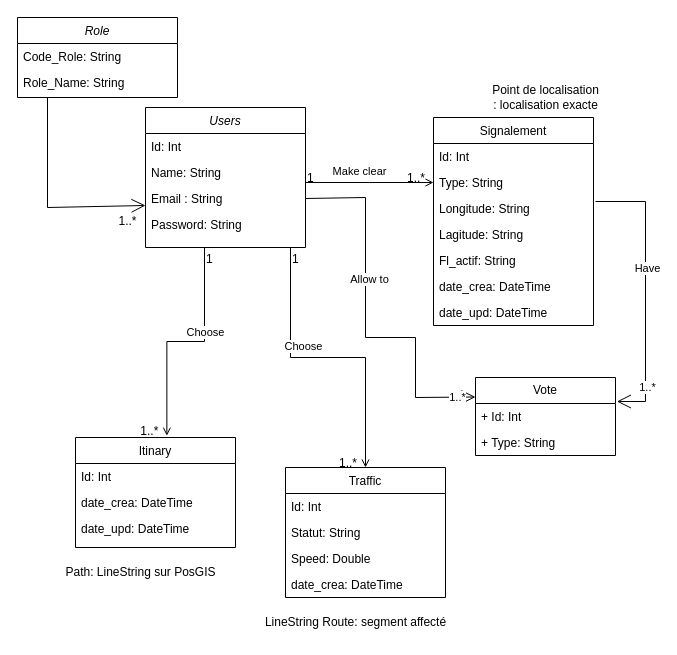
The draw.io diagram documentation/file-diagramme-uml/Diagramme sans nom.drawio in hamza-bely/4proj, before the edit. Source tidied: cells renumbered, new cells numbered last; positions are measured from the earlier drawing's top-left corner, leaving out a move shared by most shapes. Both pictures are drawn from the tidied source at 100%, with x=0, y=0 at pixel (17, 17).
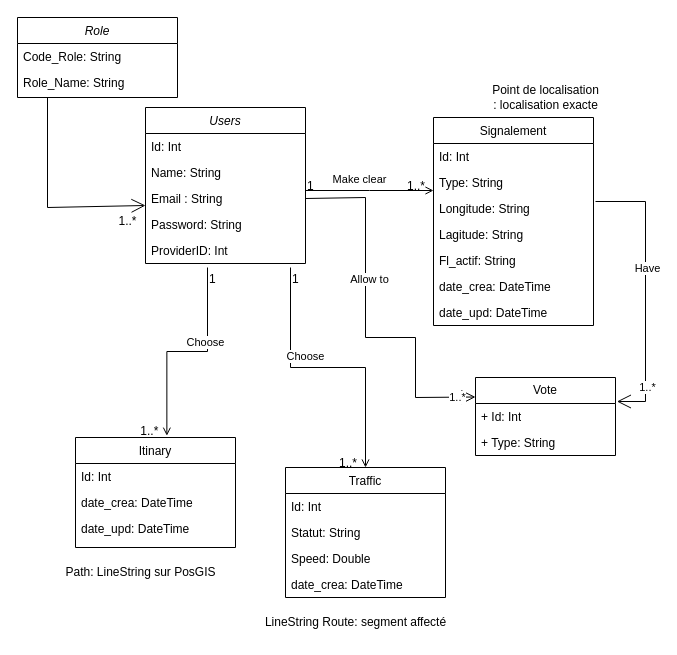
Above is the later version.

Commit message:
Ajout du providerID dans l'authentification

The change refers to these unchanged cells:
```xml
<mxCell id="7" value="Itinary" style="swimlane;fontStyle=0;align=center;verticalAlign=top;horizontal=1;startSize=26;rounded=0;shadow=0;strokeWidth=1;" parent="1" vertex="1">
  <mxGeometry x="58" y="420" width="160" height="110" as="geometry" />
</mxCell>
<mxCell id="11" value="Traffic" style="swimlane;fontStyle=0;align=center;verticalAlign=top;horizontal=1;startSize=26;rounded=0;shadow=0;strokeWidth=1;" parent="1" vertex="1">
  <mxGeometry x="268" y="450" width="160" height="130" as="geometry" />
</mxCell>
```

Change to the diagram source:
```diff
@@
     <mxCell id="2" value="Users" style="swimlane;fontStyle=2;align=center;verticalAlign=top;horizontal=1;startSize=26;rounded=0;shadow=0;strokeWidth=1;" parent="1" vertex="1">
-      <mxGeometry x="128" y="90" width="160" height="140" as="geometry" />
+      <mxGeometry x="128" y="90" width="160" height="156" as="geometry" />
     </mxCell>
@@
+    <mxCell id="53" value="ProviderID: Int" style="text;align=left;verticalAlign=top;spacingLeft=4;spacingRight=4;overflow=hidden;rounded=0;shadow=0;html=0;" parent="2" vertex="1">
+      <mxGeometry y="130" width="160" height="26" as="geometry" />
+    </mxCell>
@@
     <mxCell id="28" style="endArrow=open;shadow=0;strokeWidth=1;rounded=0;curved=0;endFill=1;edgeStyle=elbowEdgeStyle;elbow=vertical;entryX=0.571;entryY=-0.016;entryDx=0;entryDy=0;entryPerimeter=0;" parent="1" edge="1" target="7">
       <mxGeometry x="0.5" y="41" relative="1" as="geometry">
-        <mxPoint x="187" y="230" as="sourcePoint" />
+        <mxPoint x="190" y="250" as="sourcePoint" />
         <mxPoint x="-40" y="32" as="offset" />
       </mxGeometry>
     </mxCell>
@@
     <mxCell id="35" style="endArrow=open;shadow=0;strokeWidth=1;rounded=0;curved=0;endFill=1;edgeStyle=elbowEdgeStyle;elbow=vertical;entryX=0.5;entryY=0;entryDx=0;entryDy=0;" parent="1" edge="1" target="11">
       <mxGeometry x="0.5" y="41" relative="1" as="geometry">
-        <mxPoint x="273" y="230" as="sourcePoint" />
+        <mxPoint x="273" y="250" as="sourcePoint" />
         <mxPoint x="-40" y="32" as="offset" />
       </mxGeometry>
     </mxCell>
```
